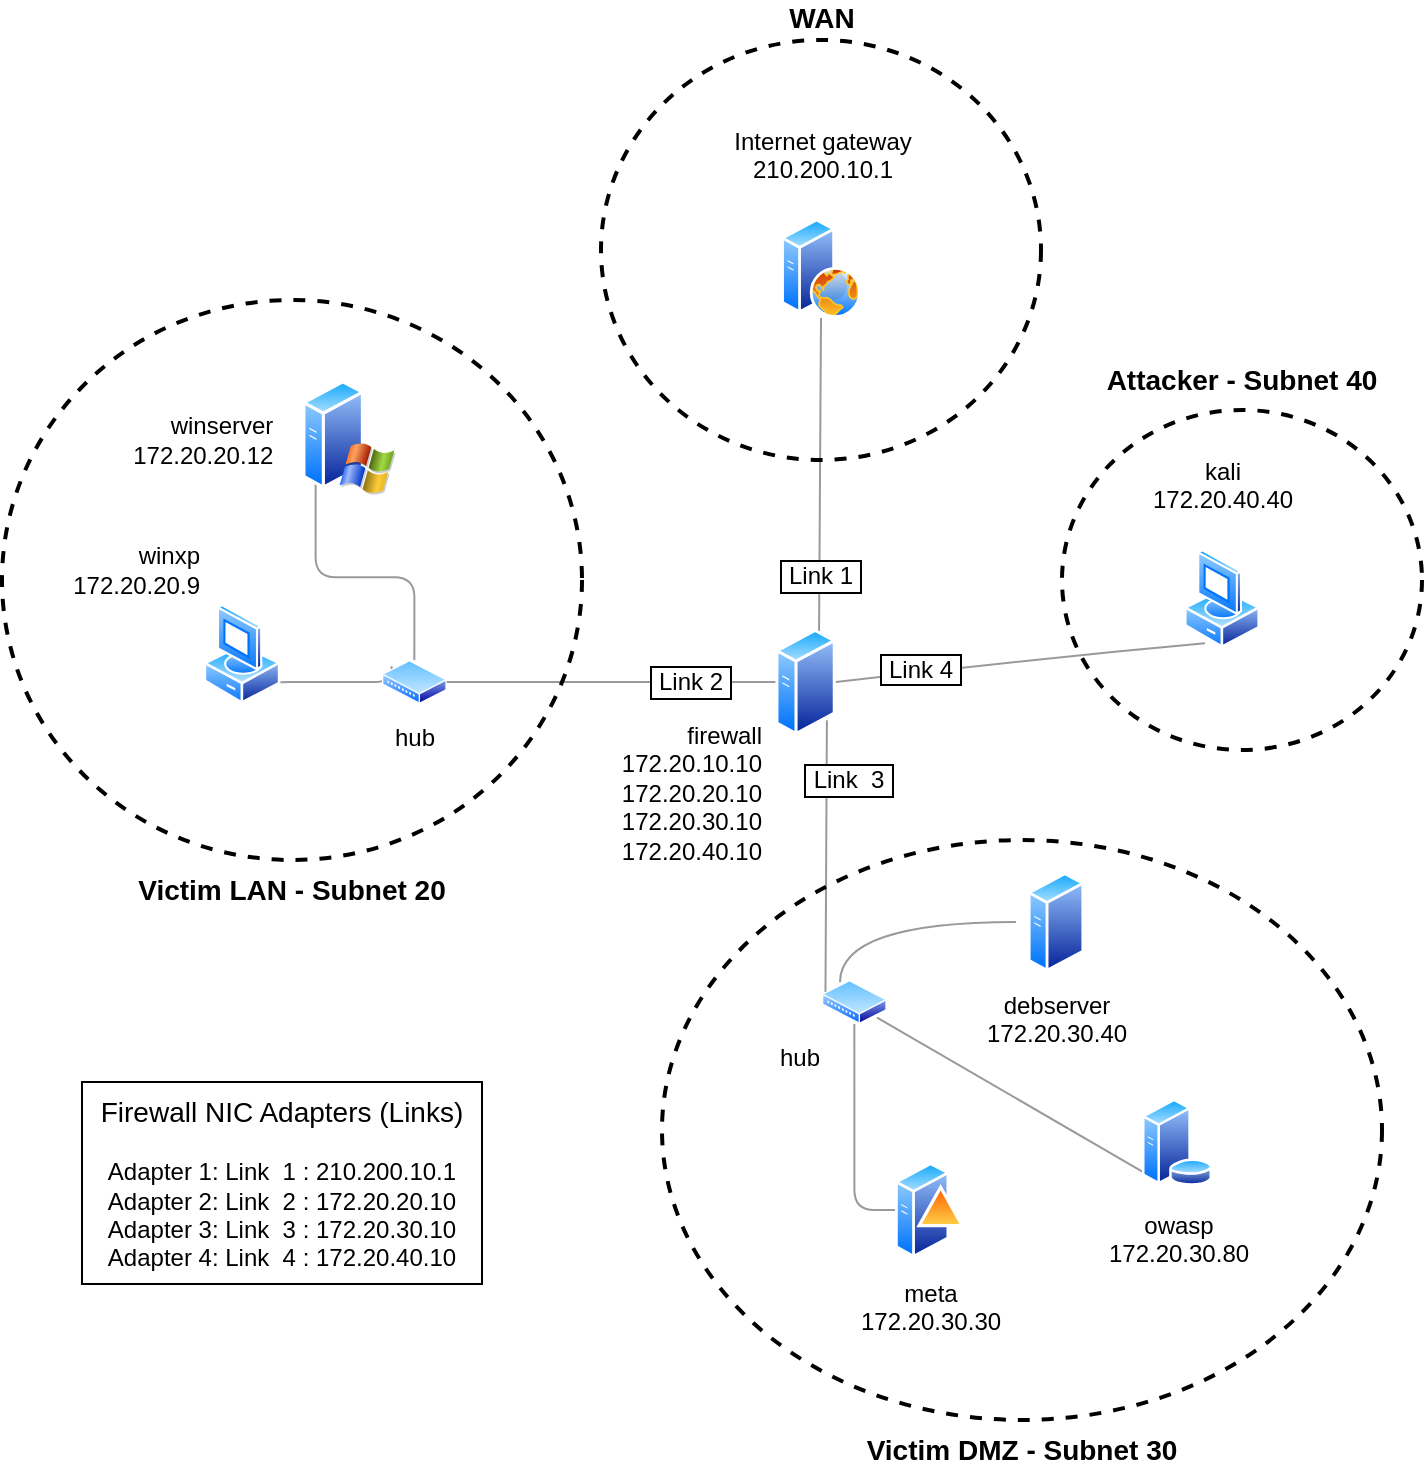
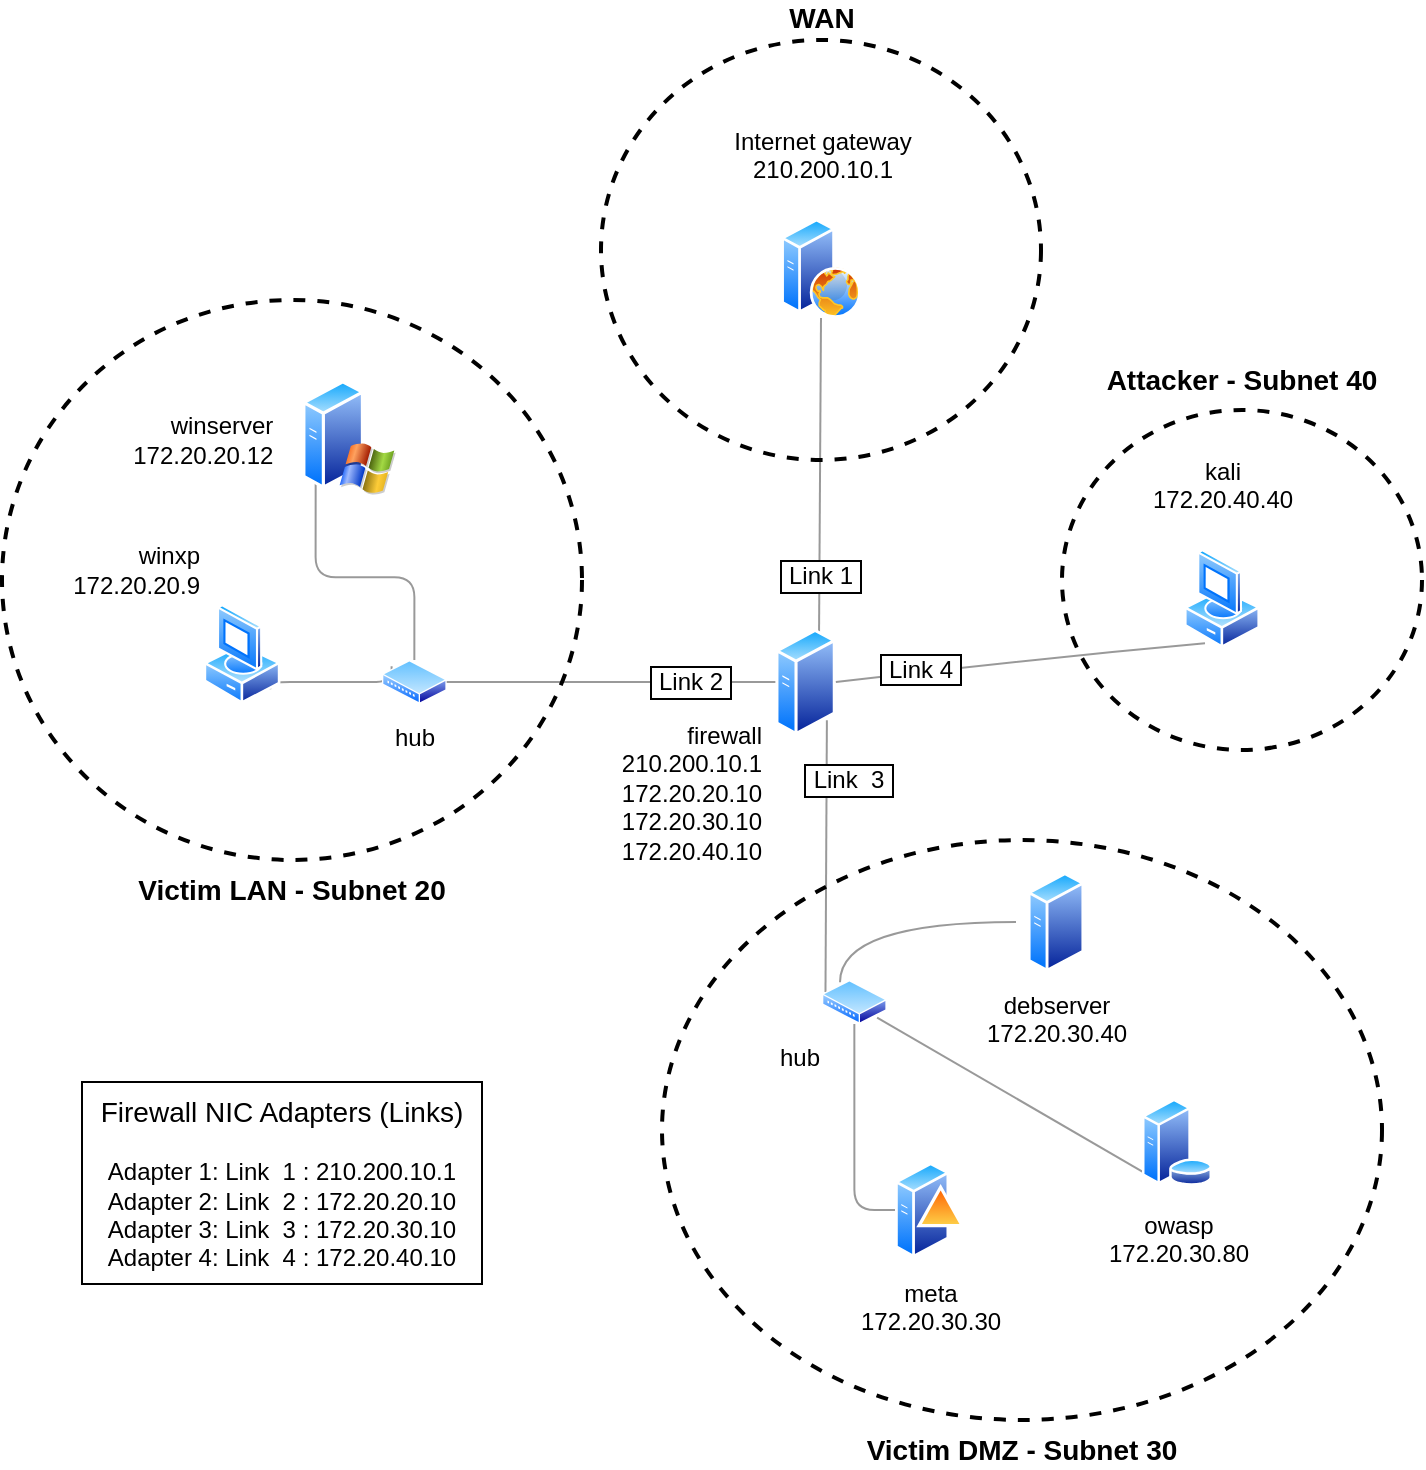
<mxfile host="app.diagrams.net">
  <diagram name="Seite-1" id="sI0nA2FEwm0xv5wlwKVV">
    <mxGraphModel dx="1940" dy="763" grid="1" gridSize="10" guides="1" tooltips="1" connect="1" arrows="1" fold="1" page="1" pageScale="1" pageWidth="827" pageHeight="1169" math="0" shadow="0">
      <root>
        <mxCell id="0" />
        <mxCell id="1" parent="0" />
        <mxCell id="a0UQNTms_buoy0jP--Xc-48" parent="1" style="ellipse;whiteSpace=wrap;html=1;fillColor=none;strokeWidth=2;labelPosition=center;verticalLabelPosition=top;align=center;verticalAlign=bottom;fontSize=14;fontStyle=1;dashed=1;strokeColor=light-dark(#000000,#FFF2CC);fontColor=light-dark(#000000,#FFF2CC);spacingTop=-1;spacingBottom=4;" value="Attacker - Subnet 40" vertex="1">
          <mxGeometry height="170" width="180" x="510" y="235" as="geometry" />
        </mxCell>
        <mxCell id="eCaSIDYicL7Bv3XTQ8XW-33" parent="1" style="ellipse;whiteSpace=wrap;html=1;fillColor=none;strokeWidth=2;labelPosition=center;verticalLabelPosition=top;align=center;verticalAlign=bottom;fontSize=14;fontStyle=1;dashed=1;strokeColor=light-dark(#000000,#FFF2CC);fontColor=light-dark(#000000,#FFF2CC);" value="WAN" vertex="1">
          <mxGeometry height="210" width="220" x="279.5" y="50" as="geometry" />
        </mxCell>
        <mxCell id="eCaSIDYicL7Bv3XTQ8XW-30" parent="1" style="ellipse;whiteSpace=wrap;html=1;fillColor=none;strokeWidth=2;labelPosition=center;verticalLabelPosition=bottom;align=center;verticalAlign=top;fontSize=14;fontStyle=1;dashed=1;strokeColor=light-dark(#000000,#FFF2CC);fontColor=light-dark(#000000,#FFF2CC);labelBorderColor=none;spacingTop=0;spacingBottom=7;" value="Victim DMZ - Subnet 30" vertex="1">
          <mxGeometry height="290" width="360" x="310" y="450" as="geometry" />
        </mxCell>
        <mxCell id="eCaSIDYicL7Bv3XTQ8XW-29" parent="1" style="ellipse;whiteSpace=wrap;html=1;fillColor=none;strokeWidth=2;labelPosition=center;verticalLabelPosition=bottom;align=center;verticalAlign=top;fontSize=14;fontStyle=1;dashed=1;strokeColor=light-dark(#000000,#FFF2CC);fontColor=light-dark(#000000,#FFF2CC);" value="Victim LAN - Subnet 20" vertex="1">
          <mxGeometry height="280" width="290" x="-20" y="180" as="geometry" />
        </mxCell>
        <mxCell id="eCaSIDYicL7Bv3XTQ8XW-1" parent="1" style="aspect=fixed;html=1;align=center;shadow=0;dashed=0;spacingTop=3;image=img/lib/active_directory/web_server.svg;labelPosition=center;verticalLabelPosition=top;verticalAlign=bottom;labelBackgroundColor=none;fontColor=light-dark(#000000,#FFFFFF);fontSize=12;shape=image;perimeter=ellipsePerimeter;" value="Internet gateway&lt;div&gt;210.200.10.1&lt;br&gt;&lt;br&gt;&lt;/div&gt;" vertex="1">
          <mxGeometry height="49.77" width="79" x="350" y="139.23000000000002" as="geometry" />
        </mxCell>
        <mxCell id="a0UQNTms_buoy0jP--Xc-31" edge="1" parent="1" source="eCaSIDYicL7Bv3XTQ8XW-10" style="rounded=0;orthogonalLoop=1;jettySize=auto;html=1;exitX=0.75;exitY=0;exitDx=0;exitDy=0;endArrow=none;endFill=0;curved=1;opacity=40;fontSize=12;labelBorderColor=light-dark(#000000,#FFB366);spacingLeft=-1;sourcePerimeterSpacing=0;startSize=6;spacingTop=100;entryX=0.5;entryY=1;entryDx=0;entryDy=0;" target="eCaSIDYicL7Bv3XTQ8XW-1" value="&amp;nbsp;Link 1&amp;nbsp;">
          <mxGeometry relative="1" as="geometry">
            <Array as="points" />
            <mxPoint x="400" y="150" as="targetPoint" />
          </mxGeometry>
        </mxCell>
-         <mxCell id="eCaSIDYicL7Bv3XTQ8XW-10" parent="1" style="image;aspect=fixed;perimeter=ellipsePerimeter;html=1;align=right;shadow=0;dashed=0;spacingTop=-10;image=img/lib/active_directory/generic_server.svg;fontSize=12;labelPosition=left;verticalLabelPosition=bottom;verticalAlign=top;spacingLeft=0;spacingRight=10;spacingBottom=0;spacing=-2;" value="firewall&lt;div&gt;172.20.10.10&lt;br&gt;172.20.20.10&lt;br&gt;172.20.30.10&lt;br&gt;172.20.40.10&lt;/div&gt;" vertex="1">
+         <mxCell id="eCaSIDYicL7Bv3XTQ8XW-10" parent="1" style="image;aspect=fixed;perimeter=ellipsePerimeter;html=1;align=right;shadow=0;dashed=0;spacingTop=-10;image=img/lib/active_directory/generic_server.svg;fontSize=12;labelPosition=left;verticalLabelPosition=bottom;verticalAlign=top;spacingLeft=0;spacingRight=10;spacingBottom=0;spacing=-2;" value="firewall&lt;div&gt;210.200.10.1&lt;br&gt;172.20.20.10&lt;br&gt;172.20.30.10&lt;br&gt;172.20.40.10&lt;/div&gt;" vertex="1">
          <mxGeometry height="54" width="30.24" x="366.68" y="344" as="geometry" />
        </mxCell>
        <mxCell id="a0UQNTms_buoy0jP--Xc-1" edge="1" parent="1" source="eCaSIDYicL7Bv3XTQ8XW-17" style="edgeStyle=orthogonalEdgeStyle;rounded=0;orthogonalLoop=1;jettySize=auto;html=1;exitX=0;exitY=0.5;exitDx=0;exitDy=0;entryX=0.25;entryY=0;entryDx=0;entryDy=0;endArrow=none;endFill=0;curved=1;opacity=40;" target="eCaSIDYicL7Bv3XTQ8XW-35">
          <mxGeometry relative="1" as="geometry" />
        </mxCell>
        <mxCell id="eCaSIDYicL7Bv3XTQ8XW-17" parent="1" style="aspect=fixed;html=1;align=center;shadow=0;dashed=0;spacingTop=3;image=img/lib/active_directory/generic_server.svg;shape=image;labelBackgroundColor=default;verticalAlign=top;verticalLabelPosition=bottom;perimeter=ellipsePerimeter;" value="debserver&lt;div&gt;172.20.30.40&lt;/div&gt;" vertex="1">
          <mxGeometry height="50" width="40" x="487" y="466" as="geometry" />
        </mxCell>
        <mxCell id="a0UQNTms_buoy0jP--Xc-3" edge="1" parent="1" source="eCaSIDYicL7Bv3XTQ8XW-18" style="rounded=0;orthogonalLoop=1;jettySize=auto;html=1;exitX=0;exitY=1;exitDx=0;exitDy=0;entryX=1;entryY=1;entryDx=0;entryDy=0;endArrow=none;endFill=0;opacity=40;" target="eCaSIDYicL7Bv3XTQ8XW-35">
          <mxGeometry relative="1" as="geometry" />
        </mxCell>
        <mxCell id="eCaSIDYicL7Bv3XTQ8XW-18" parent="1" style="aspect=fixed;html=1;align=center;shadow=0;dashed=0;spacingTop=3;image=img/lib/active_directory/database_server.svg;shape=image;labelBackgroundColor=default;verticalAlign=top;verticalLabelPosition=bottom;perimeter=ellipsePerimeter;" value="owasp&lt;div&gt;172.20.30.80&lt;/div&gt;" vertex="1">
          <mxGeometry height="50" width="35" x="550" y="575.9999999999999" as="geometry" />
        </mxCell>
        <mxCell id="a0UQNTms_buoy0jP--Xc-2" edge="1" parent="1" source="eCaSIDYicL7Bv3XTQ8XW-19" style="edgeStyle=orthogonalEdgeStyle;rounded=1;orthogonalLoop=1;jettySize=auto;html=1;exitX=0;exitY=0.5;exitDx=0;exitDy=0;entryX=0.5;entryY=1;entryDx=0;entryDy=0;endArrow=none;endFill=0;curved=0;opacity=40;" target="eCaSIDYicL7Bv3XTQ8XW-35">
          <mxGeometry relative="1" as="geometry" />
        </mxCell>
        <mxCell id="eCaSIDYicL7Bv3XTQ8XW-19" parent="1" style="aspect=fixed;html=1;align=center;shadow=0;dashed=0;spacingTop=3;image=img/lib/active_directory/domain_controller.svg;shape=image;labelBackgroundColor=default;verticalAlign=top;verticalLabelPosition=bottom;perimeter=ellipsePerimeter;" value="meta&lt;div&gt;172.20.30.30&lt;/div&gt;" vertex="1">
          <mxGeometry height="50" width="35" x="426.5" y="609.9999999999999" as="geometry" />
        </mxCell>
        <mxCell id="eCaSIDYicL7Bv3XTQ8XW-39" edge="1" parent="1" source="eCaSIDYicL7Bv3XTQ8XW-20" style="edgeStyle=orthogonalEdgeStyle;rounded=1;orthogonalLoop=1;jettySize=auto;html=1;exitX=1;exitY=1;exitDx=0;exitDy=0;entryX=0;entryY=0;entryDx=0;entryDy=0;curved=0;endArrow=none;endFill=0;opacity=40;" target="eCaSIDYicL7Bv3XTQ8XW-36">
          <mxGeometry relative="1" as="geometry">
            <Array as="points">
              <mxPoint x="114" y="371" />
              <mxPoint x="175" y="371" />
            </Array>
          </mxGeometry>
        </mxCell>
        <mxCell id="eCaSIDYicL7Bv3XTQ8XW-20" parent="1" style="aspect=fixed;html=1;align=right;shadow=0;dashed=0;spacingTop=3;image=img/lib/active_directory/vista_client.svg;shape=image;labelBackgroundColor=default;verticalAlign=bottom;verticalLabelPosition=top;perimeter=ellipsePerimeter;labelPosition=left;" value="winxp&lt;div&gt;172.20.20.9&lt;/div&gt;" vertex="1">
          <mxGeometry height="50" width="40" x="80" y="332" as="geometry" />
        </mxCell>
        <mxCell id="eCaSIDYicL7Bv3XTQ8XW-40" edge="1" parent="1" source="eCaSIDYicL7Bv3XTQ8XW-21" style="edgeStyle=orthogonalEdgeStyle;rounded=1;orthogonalLoop=1;jettySize=auto;html=1;exitX=0;exitY=1;exitDx=0;exitDy=0;entryX=0.5;entryY=0;entryDx=0;entryDy=0;endArrow=none;endFill=0;curved=0;opacity=40;" target="eCaSIDYicL7Bv3XTQ8XW-36">
          <mxGeometry relative="1" as="geometry" />
        </mxCell>
        <mxCell id="eCaSIDYicL7Bv3XTQ8XW-21" parent="1" style="aspect=fixed;html=1;align=right;shadow=0;dashed=0;spacingTop=3;image=img/lib/active_directory/windows_server_2.svg;shape=image;labelBackgroundColor=default;verticalAlign=middle;verticalLabelPosition=middle;perimeter=ellipsePerimeter;labelPosition=left;" value="winserver&amp;nbsp; &amp;nbsp;&amp;nbsp;&lt;div&gt;172.20.20.12&amp;nbsp; &amp;nbsp;&amp;nbsp;&lt;/div&gt;" vertex="1">
          <mxGeometry height="57.32" width="47" x="130" y="220" as="geometry" />
        </mxCell>
        <mxCell id="a0UQNTms_buoy0jP--Xc-6" edge="1" parent="1" source="eCaSIDYicL7Bv3XTQ8XW-26" style="rounded=0;orthogonalLoop=1;jettySize=auto;html=1;entryX=1;entryY=0.5;entryDx=0;entryDy=0;endArrow=none;endFill=0;opacity=40;curved=1;exitX=0.25;exitY=1;exitDx=0;exitDy=0;fontSize=12;labelPosition=center;verticalLabelPosition=top;align=center;verticalAlign=bottom;labelBorderColor=light-dark(#000000,#FFB366);textShadow=0;sourcePerimeterSpacing=0;spacingTop=0;spacingLeft=-100;spacingBottom=-15;" target="eCaSIDYicL7Bv3XTQ8XW-10" value="&amp;nbsp;Link 4&amp;nbsp;">
          <mxGeometry relative="1" as="geometry">
            <Array as="points">
              <mxPoint x="490" y="360" />
            </Array>
            <mxPoint x="556.9099999999999" y="263" as="sourcePoint" />
          </mxGeometry>
        </mxCell>
        <mxCell id="eCaSIDYicL7Bv3XTQ8XW-26" parent="1" style="image;aspect=fixed;perimeter=ellipsePerimeter;html=1;align=center;shadow=0;dashed=0;spacingTop=3;image=img/lib/active_directory/vista_client.svg;labelPosition=center;verticalLabelPosition=top;verticalAlign=bottom;" value="kali&lt;div&gt;172.20.40.40&lt;br&gt;&lt;br&gt;&lt;/div&gt;" vertex="1">
          <mxGeometry height="50" width="38" x="571" y="304.32" as="geometry" />
        </mxCell>
        <mxCell id="a0UQNTms_buoy0jP--Xc-4" edge="1" parent="1" source="eCaSIDYicL7Bv3XTQ8XW-35" style="rounded=1;orthogonalLoop=1;jettySize=auto;html=1;exitX=0;exitY=0.25;exitDx=0;exitDy=0;endArrow=none;endFill=0;opacity=40;entryX=1;entryY=1;entryDx=0;entryDy=0;fontSize=12;labelBorderColor=light-dark(#000000,#FFB366);spacingLeft=21;spacingBottom=77;" target="eCaSIDYicL7Bv3XTQ8XW-10" value="&amp;nbsp;Link&amp;nbsp; 3&amp;nbsp;">
          <mxGeometry relative="1" x="0.0035" as="geometry">
            <mxPoint as="offset" />
            <mxPoint x="370.0000000000001" y="429.9999999999999" as="targetPoint" />
          </mxGeometry>
        </mxCell>
        <mxCell id="eCaSIDYicL7Bv3XTQ8XW-35" parent="1" style="image;aspect=fixed;perimeter=ellipsePerimeter;html=1;align=right;shadow=0;dashed=0;spacingTop=3;image=img/lib/active_directory/wiring_hub.svg;labelPosition=left;verticalLabelPosition=bottom;verticalAlign=top;" value="hub" vertex="1">
          <mxGeometry height="22" width="32.35" x="390" y="519.9999999999999" as="geometry" />
        </mxCell>
        <mxCell id="eCaSIDYicL7Bv3XTQ8XW-36" parent="1" style="image;aspect=fixed;perimeter=ellipsePerimeter;html=1;align=center;shadow=0;dashed=0;spacingTop=3;image=img/lib/active_directory/wiring_hub.svg;" value="hub" vertex="1">
          <mxGeometry height="22" width="32.35" x="170" y="360" as="geometry" />
        </mxCell>
        <mxCell id="a0UQNTms_buoy0jP--Xc-5" edge="1" parent="1" source="eCaSIDYicL7Bv3XTQ8XW-36" style="edgeStyle=orthogonalEdgeStyle;rounded=0;orthogonalLoop=1;jettySize=auto;html=1;exitX=1;exitY=0.5;exitDx=0;exitDy=0;endArrow=none;endFill=0;entryX=0;entryY=0.5;entryDx=0;entryDy=0;opacity=40;fontSize=12;labelBorderColor=light-dark(#000000,#FFB366);spacingLeft=80;" target="eCaSIDYicL7Bv3XTQ8XW-10" value="&amp;nbsp;Link 2&amp;nbsp;">
          <mxGeometry relative="1" as="geometry">
            <mxPoint x="380" y="370" as="targetPoint" />
          </mxGeometry>
        </mxCell>
        <mxCell id="a0UQNTms_buoy0jP--Xc-8" edge="1" parent="1" source="eCaSIDYicL7Bv3XTQ8XW-33" style="edgeStyle=orthogonalEdgeStyle;rounded=0;orthogonalLoop=1;jettySize=auto;html=1;exitX=0.5;exitY=1;exitDx=0;exitDy=0;" target="eCaSIDYicL7Bv3XTQ8XW-33">
          <mxGeometry relative="1" as="geometry" />
        </mxCell>
        <mxCell id="a0UQNTms_buoy0jP--Xc-45" parent="1" style="text;html=1;whiteSpace=wrap;strokeColor=light-dark(#000000,#FFB366);fillColor=none;align=center;verticalAlign=middle;rounded=0;labelPosition=center;verticalLabelPosition=middle;perimeterSpacing=2;labelBorderColor=none;" value="&lt;font style=&quot;font-size: 14px;&quot;&gt;Firewall NIC Adapters (Links)&lt;/font&gt;&lt;br&gt;&lt;div&gt;&lt;br&gt;&lt;/div&gt;&lt;div&gt;Adapter 1: Link&amp;nbsp; 1 : 210.200.10.1&lt;br&gt;Adapter 2: Link&amp;nbsp; 2 : 172.20.20.10&lt;/div&gt;&lt;div&gt;Adapter 3: Link&amp;nbsp; 3 : 172.20.30.10&lt;br&gt;Adapter 4: Link&amp;nbsp; 4 : 172.20.40.10&lt;/div&gt;" vertex="1">
          <mxGeometry height="101" width="200" x="20" y="571" as="geometry" />
        </mxCell>
        <mxCell id="a0UQNTms_buoy0jP--Xc-49" edge="1" parent="1" source="eCaSIDYicL7Bv3XTQ8XW-30" style="edgeStyle=orthogonalEdgeStyle;rounded=0;orthogonalLoop=1;jettySize=auto;html=1;exitX=0.5;exitY=1;exitDx=0;exitDy=0;" target="eCaSIDYicL7Bv3XTQ8XW-30">
          <mxGeometry relative="1" as="geometry" />
        </mxCell>
      </root>
    </mxGraphModel>
  </diagram>
</mxfile>
